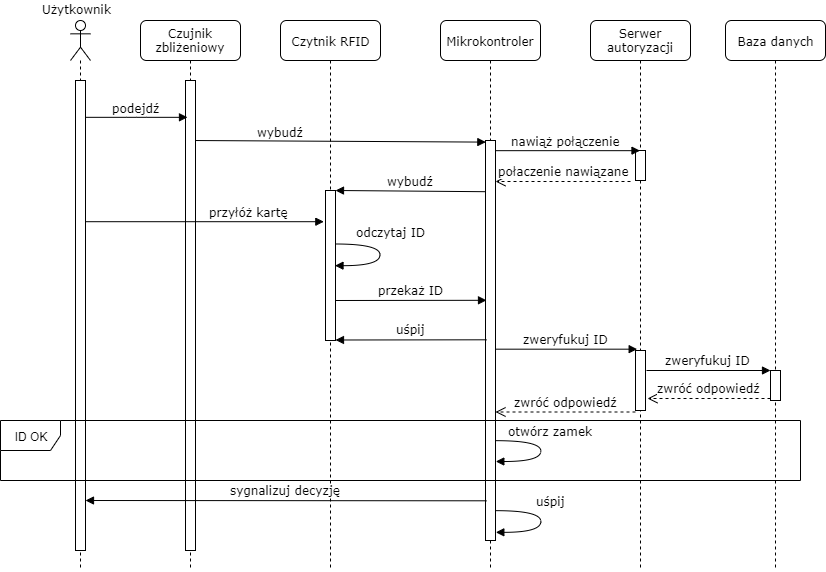
adapiekarska/centralized-lock-system keeps this draw.io diagram as docs/chapters/images/sequence1.png. Above is the earlier version. Source tidied: cells renumbered, new cells last; positions are measured from the earlier drawing's top-left corner, leaving out a move shared by most shapes. The source it was exported from:
```xml
<mxGraphModel background="#ffffff">
  <root>
    <mxCell id="0" />
    <mxCell id="1" parent="0" />
    <mxCell id="2" value="&lt;font face=&quot;Verdana&quot; style=&quot;font-size: 12px&quot;&gt;połaczenie nawiązane&lt;/font&gt;" style="html=1;verticalAlign=bottom;endArrow=open;dashed=1;endSize=8;" parent="1" edge="1" target="9">
      <mxGeometry relative="1" as="geometry">
        <mxPoint x="630" y="181" as="sourcePoint" />
      </mxGeometry>
    </mxCell>
    <mxCell id="3" value="Serwer autoryzacji" style="shape=umlLifeline;perimeter=lifelinePerimeter;whiteSpace=wrap;html=1;outlineConnect=0;rounded=1;shadow=0;comic=0;labelBackgroundColor=none;strokeColor=#000000;strokeWidth=1;fillColor=#FFFFFF;fontFamily=Verdana;fontSize=12;fontColor=#000000;align=center;" parent="1" vertex="1">
      <mxGeometry x="590" y="20" width="100" height="550" as="geometry" />
    </mxCell>
    <mxCell id="4" style="html=1;perimeter=orthogonalPerimeter;rounded=0;shadow=0;comic=0;labelBackgroundColor=none;strokeColor=#000000;strokeWidth=1;fillColor=#FFFFFF;fontFamily=Verdana;fontSize=12;fontColor=#000000;align=center;" parent="3" vertex="1">
      <mxGeometry x="45" y="130" width="10" height="30" as="geometry" />
    </mxCell>
    <mxCell id="5" value="nawiąż połączenie" style="html=1;verticalAlign=bottom;endArrow=block;labelBackgroundColor=none;fontFamily=Verdana;fontSize=12;edgeStyle=elbowEdgeStyle;elbow=vertical;" parent="1" edge="1" target="3">
      <mxGeometry relative="1" as="geometry">
        <mxPoint x="491.5" y="150" as="sourcePoint" />
      </mxGeometry>
    </mxCell>
    <mxCell id="6" value="wybudź" style="html=1;verticalAlign=bottom;endArrow=block;labelBackgroundColor=none;fontFamily=Verdana;fontSize=12;elbow=vertical;entryX=0.033;entryY=0.004;entryDx=0;entryDy=0;entryPerimeter=0;" parent="1" edge="1" target="9">
      <mxGeometry x="-0.39" y="-1" relative="1" as="geometry">
        <mxPoint x="190" y="140" as="sourcePoint" />
      </mxGeometry>
    </mxCell>
    <mxCell id="7" value="Czytnik RFID" style="shape=umlLifeline;perimeter=lifelinePerimeter;whiteSpace=wrap;html=1;rounded=1;shadow=0;comic=0;labelBackgroundColor=none;strokeColor=#000000;strokeWidth=1;fillColor=#FFFFFF;fontFamily=Verdana;fontSize=12;fontColor=#000000;align=center;" parent="1" vertex="1">
      <mxGeometry x="280" y="20" width="100" height="550" as="geometry" />
    </mxCell>
    <mxCell id="8" value="Mikrokontroler" style="shape=umlLifeline;perimeter=lifelinePerimeter;whiteSpace=wrap;html=1;rounded=1;shadow=0;comic=0;labelBackgroundColor=none;strokeColor=#000000;strokeWidth=1;fillColor=#FFFFFF;fontFamily=Verdana;fontSize=12;fontColor=#000000;align=center;" parent="1" vertex="1">
      <mxGeometry x="440" y="20" width="100" height="550" as="geometry" />
    </mxCell>
    <mxCell id="9" style="html=1;points=[];perimeter=orthogonalPerimeter;rounded=0;shadow=0;comic=0;labelBackgroundColor=none;strokeColor=#000000;strokeWidth=1;fillColor=#FFFFFF;fontFamily=Verdana;fontSize=12;fontColor=#000000;align=center;" parent="8" vertex="1">
      <mxGeometry x="45" y="120" width="10" height="400" as="geometry" />
    </mxCell>
    <mxCell id="10" value="otwórz zamek" style="html=1;verticalAlign=bottom;endArrow=block;labelBackgroundColor=none;fontFamily=Verdana;fontSize=12;elbow=vertical;edgeStyle=orthogonalEdgeStyle;curved=1;" parent="8" edge="1" source="9">
      <mxGeometry x="-0.19" y="10" relative="1" as="geometry">
        <mxPoint x="55" y="441" as="targetPoint" />
        <Array as="points">
          <mxPoint x="100" y="420" />
          <mxPoint x="100" y="441" />
        </Array>
      </mxGeometry>
    </mxCell>
    <mxCell id="11" value="Baza danych" style="shape=umlLifeline;perimeter=lifelinePerimeter;whiteSpace=wrap;html=1;rounded=1;shadow=0;comic=0;labelBackgroundColor=none;strokeColor=#000000;strokeWidth=1;fillColor=#FFFFFF;fontFamily=Verdana;fontSize=12;fontColor=#000000;align=center;" parent="1" vertex="1">
      <mxGeometry x="725" y="20" width="100" height="550" as="geometry" />
    </mxCell>
    <mxCell id="12" style="html=1;perimeter=orthogonalPerimeter;rounded=0;shadow=0;comic=0;labelBackgroundColor=none;strokeColor=#000000;strokeWidth=1;fillColor=#FFFFFF;fontFamily=Verdana;fontSize=12;fontColor=#000000;align=center;" parent="11" vertex="1">
      <mxGeometry x="45" y="350" width="10" height="30" as="geometry" />
    </mxCell>
    <mxCell id="13" value="Czujnik zbliżeniowy" style="shape=umlLifeline;perimeter=lifelinePerimeter;whiteSpace=wrap;html=1;rounded=1;shadow=0;comic=0;labelBackgroundColor=none;strokeColor=#000000;strokeWidth=1;fillColor=#FFFFFF;fontFamily=Verdana;fontSize=12;fontColor=#000000;align=center;" parent="1" vertex="1">
      <mxGeometry x="140" y="20" width="100" height="550" as="geometry" />
    </mxCell>
    <mxCell id="14" style="html=1;points=[];perimeter=orthogonalPerimeter;rounded=0;shadow=0;comic=0;labelBackgroundColor=none;strokeColor=#000000;strokeWidth=1;fillColor=#FFFFFF;fontFamily=Verdana;fontSize=12;fontColor=#000000;align=center;" parent="13" vertex="1">
      <mxGeometry x="45" y="60" width="10" height="470" as="geometry" />
    </mxCell>
    <mxCell id="15" value="podejdź" style="html=1;verticalAlign=bottom;endArrow=block;labelBackgroundColor=none;fontFamily=Verdana;fontSize=12;edgeStyle=elbowEdgeStyle;elbow=vertical;entryX=0.2;entryY=0.078;entryDx=0;entryDy=0;entryPerimeter=0;" parent="1" edge="1" source="17" target="14">
      <mxGeometry relative="1" as="geometry" />
    </mxCell>
    <mxCell id="16" style="shape=umlLifeline;participant=umlActor;perimeter=lifelinePerimeter;whiteSpace=wrap;html=1;verticalAlign=top;spacingTop=36;labelBackgroundColor=#ffffff;" parent="1" vertex="1">
      <mxGeometry x="70" y="20" width="20" height="550" as="geometry" />
    </mxCell>
    <mxCell id="17" style="html=1;points=[];perimeter=orthogonalPerimeter;rounded=0;shadow=0;comic=0;labelBackgroundColor=none;strokeColor=#000000;strokeWidth=1;fillColor=#FFFFFF;fontFamily=Verdana;fontSize=12;fontColor=#000000;align=center;" parent="16" vertex="1">
      <mxGeometry x="5" y="60" width="10" height="470" as="geometry" />
    </mxCell>
    <mxCell id="18" style="html=1;points=[];perimeter=orthogonalPerimeter;" parent="1" vertex="1">
      <mxGeometry x="325" y="190" width="10" height="150" as="geometry" />
    </mxCell>
    <mxCell id="19" value="&lt;font face=&quot;Verdana&quot; style=&quot;font-size: 12px&quot;&gt;wybudź&lt;/font&gt;" style="html=1;verticalAlign=bottom;endArrow=block;entryX=1;entryY=0;exitX=0.033;exitY=0.128;exitDx=0;exitDy=0;exitPerimeter=0;" parent="1" edge="1" source="9" target="18">
      <mxGeometry relative="1" as="geometry" />
    </mxCell>
    <mxCell id="20" value="przyłóż kartę" style="html=1;verticalAlign=bottom;endArrow=block;labelBackgroundColor=none;fontFamily=Verdana;fontSize=12;elbow=vertical;entryX=-0.167;entryY=0.208;entryDx=0;entryDy=0;entryPerimeter=0;" parent="1" edge="1" source="17" target="18">
      <mxGeometry x="0.37" relative="1" as="geometry" />
    </mxCell>
    <mxCell id="21" value="&lt;font face=&quot;Verdana&quot; style=&quot;font-size: 12px&quot;&gt;uśpij&lt;/font&gt;" style="html=1;verticalAlign=bottom;endArrow=block;entryX=1;entryY=0;exitX=0.1;exitY=0.249;exitDx=0;exitDy=0;exitPerimeter=0;" parent="1" edge="1">
      <mxGeometry relative="1" as="geometry">
        <mxPoint x="486" y="339.3" as="sourcePoint" />
        <mxPoint x="335" y="339.5" as="targetPoint" />
      </mxGeometry>
    </mxCell>
    <mxCell id="22" value="&lt;font face=&quot;Verdana&quot; style=&quot;font-size: 12px&quot;&gt;przekaż ID&lt;/font&gt;" style="html=1;verticalAlign=bottom;endArrow=block;entryX=1;entryY=0;exitX=0.1;exitY=0.249;exitDx=0;exitDy=0;exitPerimeter=0;" parent="1" edge="1">
      <mxGeometry relative="1" as="geometry">
        <mxPoint x="335" y="300" as="sourcePoint" />
        <mxPoint x="486" y="299.8" as="targetPoint" />
      </mxGeometry>
    </mxCell>
    <mxCell id="23" value="&lt;font face=&quot;Verdana&quot; style=&quot;font-size: 12px&quot;&gt;zweryfukuj ID&lt;/font&gt;" style="html=1;verticalAlign=bottom;endArrow=block;entryX=0.167;entryY=-0.022;entryDx=0;entryDy=0;entryPerimeter=0;" parent="1" edge="1" source="9" target="24">
      <mxGeometry relative="1" as="geometry" />
    </mxCell>
    <mxCell id="24" style="html=1;points=[];perimeter=orthogonalPerimeter;rounded=0;shadow=0;comic=0;labelBackgroundColor=none;strokeColor=#000000;strokeWidth=1;fillColor=#FFFFFF;fontFamily=Verdana;fontSize=12;fontColor=#000000;align=center;" parent="1" vertex="1">
      <mxGeometry x="635" y="350" width="10" height="60" as="geometry" />
    </mxCell>
    <mxCell id="25" value="&lt;font face=&quot;Verdana&quot; style=&quot;font-size: 12px&quot;&gt;zweryfukuj ID&lt;/font&gt;" style="html=1;verticalAlign=bottom;endArrow=block;" parent="1" edge="1">
      <mxGeometry relative="1" as="geometry">
        <mxPoint x="646" y="370" as="sourcePoint" />
        <mxPoint x="770" y="370" as="targetPoint" />
      </mxGeometry>
    </mxCell>
    <mxCell id="26" value="&lt;font face=&quot;Verdana&quot; style=&quot;font-size: 12px&quot;&gt;zwróć odpowiedź&lt;/font&gt;" style="html=1;verticalAlign=bottom;endArrow=open;dashed=1;endSize=8;" parent="1" edge="1">
      <mxGeometry relative="1" as="geometry">
        <mxPoint x="770" y="398" as="sourcePoint" />
        <mxPoint x="647" y="398" as="targetPoint" />
      </mxGeometry>
    </mxCell>
    <mxCell id="27" value="ID OK" style="shape=umlFrame;whiteSpace=wrap;html=1;" parent="1" vertex="1">
      <mxGeometry y="420" width="800" height="60" as="geometry" />
    </mxCell>
    <mxCell id="28" value="&lt;font face=&quot;Verdana&quot; style=&quot;font-size: 12px&quot;&gt;zwróć odpowiedź&lt;/font&gt;" style="html=1;verticalAlign=bottom;endArrow=open;dashed=1;endSize=8;" parent="1" edge="1" target="9">
      <mxGeometry relative="1" as="geometry">
        <mxPoint x="635" y="411.5" as="sourcePoint" />
      </mxGeometry>
    </mxCell>
    <mxCell id="29" value="odczytaj ID" style="html=1;verticalAlign=bottom;endArrow=block;labelBackgroundColor=none;fontFamily=Verdana;fontSize=12;elbow=vertical;edgeStyle=orthogonalEdgeStyle;curved=1;entryX=1;entryY=0.73;entryDx=0;entryDy=0;entryPerimeter=0;" parent="1" edge="1">
      <mxGeometry x="-0.19" y="11" relative="1" as="geometry">
        <mxPoint x="334.5" y="243.2" as="sourcePoint" />
        <mxPoint x="334.8" y="264.8" as="targetPoint" />
        <Array as="points">
          <mxPoint x="379.5" y="243.5" />
          <mxPoint x="379.5" y="264.5" />
        </Array>
        <mxPoint y="-3" as="offset" />
      </mxGeometry>
    </mxCell>
    <mxCell id="30" value="uśpij" style="html=1;verticalAlign=bottom;endArrow=block;labelBackgroundColor=none;fontFamily=Verdana;fontSize=12;elbow=vertical;edgeStyle=orthogonalEdgeStyle;curved=1;entryX=1;entryY=0.73;entryDx=0;entryDy=0;entryPerimeter=0;" parent="1" edge="1">
      <mxGeometry x="-0.19" y="10" relative="1" as="geometry">
        <mxPoint x="495.3" y="510.5" as="sourcePoint" />
        <mxPoint x="495.3" y="532.2" as="targetPoint" />
        <Array as="points">
          <mxPoint x="540" y="510.5" />
          <mxPoint x="540" y="531.5" />
        </Array>
      </mxGeometry>
    </mxCell>
    <mxCell id="31" value="&lt;font face=&quot;Verdana&quot;&gt;&lt;span style=&quot;font-size: 12px&quot;&gt;sygnalizuj decyzję&lt;/span&gt;&lt;/font&gt;" style="html=1;verticalAlign=bottom;endArrow=block;exitX=0.1;exitY=0.249;exitDx=0;exitDy=0;exitPerimeter=0;" parent="1" edge="1">
      <mxGeometry relative="1" as="geometry">
        <mxPoint x="486" y="500.3" as="sourcePoint" />
        <mxPoint x="85" y="500" as="targetPoint" />
      </mxGeometry>
    </mxCell>
    <mxCell id="32" value="&lt;font face=&quot;Verdana&quot;&gt;Użytkownik&lt;/font&gt;" style="text;html=1;align=left;verticalAlign=top;spacingTop=-4;" parent="1" vertex="1">
      <mxGeometry x="39.5" width="80" height="20" as="geometry" />
    </mxCell>
  </root>
</mxGraphModel>
```
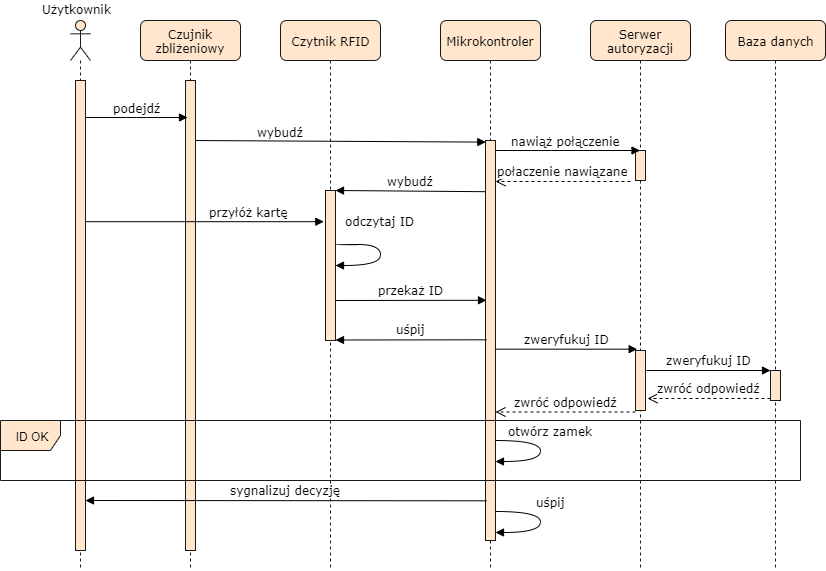
After the change.

Diff of the diagram source:
```diff
@@ -7,10 +7,10 @@
         <mxPoint x="630" y="181" as="sourcePoint" />
       </mxGeometry>
     </mxCell>
-    <mxCell id="3" value="Serwer autoryzacji" style="shape=umlLifeline;perimeter=lifelinePerimeter;whiteSpace=wrap;html=1;outlineConnect=0;rounded=1;shadow=0;comic=0;labelBackgroundColor=none;strokeColor=#000000;strokeWidth=1;fillColor=#FFFFFF;fontFamily=Verdana;fontSize=12;fontColor=#000000;align=center;" parent="1" vertex="1">
+    <mxCell id="3" value="Serwer autoryzacji" style="shape=umlLifeline;perimeter=lifelinePerimeter;whiteSpace=wrap;html=1;outlineConnect=0;rounded=1;shadow=0;comic=0;labelBackgroundColor=none;strokeColor=#1A1A1A;strokeWidth=1;fillColor=#ffe6cc;fontFamily=Verdana;fontSize=12;align=center;" parent="1" vertex="1">
       <mxGeometry x="590" y="20" width="100" height="550" as="geometry" />
     </mxCell>
-    <mxCell id="4" style="html=1;perimeter=orthogonalPerimeter;rounded=0;shadow=0;comic=0;labelBackgroundColor=none;strokeColor=#000000;strokeWidth=1;fillColor=#FFFFFF;fontFamily=Verdana;fontSize=12;fontColor=#000000;align=center;" parent="3" vertex="1">
+    <mxCell id="4" style="html=1;perimeter=orthogonalPerimeter;rounded=0;shadow=0;comic=0;labelBackgroundColor=none;strokeColor=#1A1A1A;strokeWidth=1;fillColor=#ffe6cc;fontFamily=Verdana;fontSize=12;align=center;" parent="3" vertex="1">
       <mxGeometry x="45" y="130" width="10" height="30" as="geometry" />
     </mxCell>
     <mxCell id="5" value="nawiąż połączenie" style="html=1;verticalAlign=bottom;endArrow=block;labelBackgroundColor=none;fontFamily=Verdana;fontSize=12;edgeStyle=elbowEdgeStyle;elbow=vertical;" parent="1" edge="1" target="3">
@@ -23,13 +23,13 @@
         <mxPoint x="190" y="140" as="sourcePoint" />
       </mxGeometry>
     </mxCell>
-    <mxCell id="7" value="Czytnik RFID" style="shape=umlLifeline;perimeter=lifelinePerimeter;whiteSpace=wrap;html=1;rounded=1;shadow=0;comic=0;labelBackgroundColor=none;strokeColor=#000000;strokeWidth=1;fillColor=#FFFFFF;fontFamily=Verdana;fontSize=12;fontColor=#000000;align=center;" parent="1" vertex="1">
+    <mxCell id="7" value="Czytnik RFID" style="shape=umlLifeline;perimeter=lifelinePerimeter;whiteSpace=wrap;html=1;rounded=1;shadow=0;comic=0;labelBackgroundColor=none;strokeColor=#1A1A1A;strokeWidth=1;fillColor=#ffe6cc;fontFamily=Verdana;fontSize=12;align=center;" parent="1" vertex="1">
       <mxGeometry x="280" y="20" width="100" height="550" as="geometry" />
     </mxCell>
-    <mxCell id="8" value="Mikrokontroler" style="shape=umlLifeline;perimeter=lifelinePerimeter;whiteSpace=wrap;html=1;rounded=1;shadow=0;comic=0;labelBackgroundColor=none;strokeColor=#000000;strokeWidth=1;fillColor=#FFFFFF;fontFamily=Verdana;fontSize=12;fontColor=#000000;align=center;" parent="1" vertex="1">
+    <mxCell id="8" value="Mikrokontroler" style="shape=umlLifeline;perimeter=lifelinePerimeter;whiteSpace=wrap;html=1;rounded=1;shadow=0;comic=0;labelBackgroundColor=none;strokeColor=#1A1A1A;strokeWidth=1;fillColor=#ffe6cc;fontFamily=Verdana;fontSize=12;align=center;" parent="1" vertex="1">
       <mxGeometry x="440" y="20" width="100" height="550" as="geometry" />
     </mxCell>
-    <mxCell id="9" style="html=1;points=[];perimeter=orthogonalPerimeter;rounded=0;shadow=0;comic=0;labelBackgroundColor=none;strokeColor=#000000;strokeWidth=1;fillColor=#FFFFFF;fontFamily=Verdana;fontSize=12;fontColor=#000000;align=center;" parent="8" vertex="1">
+    <mxCell id="9" style="html=1;points=[];perimeter=orthogonalPerimeter;rounded=0;shadow=0;comic=0;labelBackgroundColor=none;strokeColor=#1A1A1A;strokeWidth=1;fillColor=#ffe6cc;fontFamily=Verdana;fontSize=12;align=center;" parent="8" vertex="1">
       <mxGeometry x="45" y="120" width="10" height="400" as="geometry" />
     </mxCell>
     <mxCell id="10" value="otwórz zamek" style="html=1;verticalAlign=bottom;endArrow=block;labelBackgroundColor=none;fontFamily=Verdana;fontSize=12;elbow=vertical;edgeStyle=orthogonalEdgeStyle;curved=1;" parent="8" edge="1" source="9">
@@ -41,28 +41,28 @@
         </Array>
       </mxGeometry>
     </mxCell>
-    <mxCell id="11" value="Baza danych" style="shape=umlLifeline;perimeter=lifelinePerimeter;whiteSpace=wrap;html=1;rounded=1;shadow=0;comic=0;labelBackgroundColor=none;strokeColor=#000000;strokeWidth=1;fillColor=#FFFFFF;fontFamily=Verdana;fontSize=12;fontColor=#000000;align=center;" parent="1" vertex="1">
+    <mxCell id="11" value="Baza danych" style="shape=umlLifeline;perimeter=lifelinePerimeter;whiteSpace=wrap;html=1;rounded=1;shadow=0;comic=0;labelBackgroundColor=none;strokeColor=#1A1A1A;strokeWidth=1;fillColor=#ffe6cc;fontFamily=Verdana;fontSize=12;align=center;" parent="1" vertex="1">
       <mxGeometry x="725" y="20" width="100" height="550" as="geometry" />
     </mxCell>
-    <mxCell id="12" style="html=1;perimeter=orthogonalPerimeter;rounded=0;shadow=0;comic=0;labelBackgroundColor=none;strokeColor=#000000;strokeWidth=1;fillColor=#FFFFFF;fontFamily=Verdana;fontSize=12;fontColor=#000000;align=center;" parent="11" vertex="1">
+    <mxCell id="12" style="html=1;perimeter=orthogonalPerimeter;rounded=0;shadow=0;comic=0;labelBackgroundColor=none;strokeColor=#1A1A1A;strokeWidth=1;fillColor=#ffe6cc;fontFamily=Verdana;fontSize=12;align=center;" parent="11" vertex="1">
       <mxGeometry x="45" y="350" width="10" height="30" as="geometry" />
     </mxCell>
-    <mxCell id="13" value="Czujnik zbliżeniowy" style="shape=umlLifeline;perimeter=lifelinePerimeter;whiteSpace=wrap;html=1;rounded=1;shadow=0;comic=0;labelBackgroundColor=none;strokeColor=#000000;strokeWidth=1;fillColor=#FFFFFF;fontFamily=Verdana;fontSize=12;fontColor=#000000;align=center;" parent="1" vertex="1">
+    <mxCell id="13" value="Czujnik zbliżeniowy" style="shape=umlLifeline;perimeter=lifelinePerimeter;whiteSpace=wrap;html=1;rounded=1;shadow=0;comic=0;labelBackgroundColor=none;strokeColor=#1A1A1A;strokeWidth=1;fillColor=#ffe6cc;fontFamily=Verdana;fontSize=12;align=center;" parent="1" vertex="1">
       <mxGeometry x="140" y="20" width="100" height="550" as="geometry" />
     </mxCell>
-    <mxCell id="14" style="html=1;points=[];perimeter=orthogonalPerimeter;rounded=0;shadow=0;comic=0;labelBackgroundColor=none;strokeColor=#000000;strokeWidth=1;fillColor=#FFFFFF;fontFamily=Verdana;fontSize=12;fontColor=#000000;align=center;" parent="13" vertex="1">
+    <mxCell id="14" style="html=1;points=[];perimeter=orthogonalPerimeter;rounded=0;shadow=0;comic=0;labelBackgroundColor=none;strokeColor=#1A1A1A;strokeWidth=1;fillColor=#ffe6cc;fontFamily=Verdana;fontSize=12;align=center;" parent="13" vertex="1">
       <mxGeometry x="45" y="60" width="10" height="470" as="geometry" />
     </mxCell>
     <mxCell id="15" value="podejdź" style="html=1;verticalAlign=bottom;endArrow=block;labelBackgroundColor=none;fontFamily=Verdana;fontSize=12;edgeStyle=elbowEdgeStyle;elbow=vertical;entryX=0.2;entryY=0.078;entryDx=0;entryDy=0;entryPerimeter=0;" parent="1" edge="1" source="17" target="14">
       <mxGeometry relative="1" as="geometry" />
     </mxCell>
-    <mxCell id="16" style="shape=umlLifeline;participant=umlActor;perimeter=lifelinePerimeter;whiteSpace=wrap;html=1;verticalAlign=top;spacingTop=36;labelBackgroundColor=#ffffff;" parent="1" vertex="1">
+    <mxCell id="16" style="shape=umlLifeline;participant=umlActor;perimeter=lifelinePerimeter;whiteSpace=wrap;html=1;verticalAlign=top;spacingTop=36;labelBackgroundColor=#ffffff;fillColor=#ffe6cc;strokeColor=#1A1A1A;" parent="1" vertex="1">
       <mxGeometry x="70" y="20" width="20" height="550" as="geometry" />
     </mxCell>
-    <mxCell id="17" style="html=1;points=[];perimeter=orthogonalPerimeter;rounded=0;shadow=0;comic=0;labelBackgroundColor=none;strokeColor=#000000;strokeWidth=1;fillColor=#FFFFFF;fontFamily=Verdana;fontSize=12;fontColor=#000000;align=center;" parent="16" vertex="1">
+    <mxCell id="17" style="html=1;points=[];perimeter=orthogonalPerimeter;rounded=0;shadow=0;comic=0;labelBackgroundColor=none;strokeColor=#1A1A1A;strokeWidth=1;fillColor=#ffe6cc;fontFamily=Verdana;fontSize=12;align=center;" parent="16" vertex="1">
       <mxGeometry x="5" y="60" width="10" height="470" as="geometry" />
     </mxCell>
-    <mxCell id="18" style="html=1;points=[];perimeter=orthogonalPerimeter;" parent="1" vertex="1">
+    <mxCell id="18" style="html=1;points=[];perimeter=orthogonalPerimeter;fillColor=#ffe6cc;strokeColor=#1A1A1A;" parent="1" vertex="1">
       <mxGeometry x="325" y="190" width="10" height="150" as="geometry" />
     </mxCell>
     <mxCell id="19" value="&lt;font face=&quot;Verdana&quot; style=&quot;font-size: 12px&quot;&gt;wybudź&lt;/font&gt;" style="html=1;verticalAlign=bottom;endArrow=block;entryX=1;entryY=0;exitX=0.033;exitY=0.128;exitDx=0;exitDy=0;exitPerimeter=0;" parent="1" edge="1" source="9" target="18">
@@ -86,7 +86,7 @@
     <mxCell id="23" value="&lt;font face=&quot;Verdana&quot; style=&quot;font-size: 12px&quot;&gt;zweryfukuj ID&lt;/font&gt;" style="html=1;verticalAlign=bottom;endArrow=block;entryX=0.167;entryY=-0.022;entryDx=0;entryDy=0;entryPerimeter=0;" parent="1" edge="1" source="9" target="24">
       <mxGeometry relative="1" as="geometry" />
     </mxCell>
-    <mxCell id="24" style="html=1;points=[];perimeter=orthogonalPerimeter;rounded=0;shadow=0;comic=0;labelBackgroundColor=none;strokeColor=#000000;strokeWidth=1;fillColor=#FFFFFF;fontFamily=Verdana;fontSize=12;fontColor=#000000;align=center;" parent="1" vertex="1">
+    <mxCell id="24" style="html=1;points=[];perimeter=orthogonalPerimeter;rounded=0;shadow=0;comic=0;labelBackgroundColor=none;strokeColor=#1A1A1A;strokeWidth=1;fillColor=#ffe6cc;fontFamily=Verdana;fontSize=12;align=center;" parent="1" vertex="1">
       <mxGeometry x="635" y="350" width="10" height="60" as="geometry" />
     </mxCell>
     <mxCell id="25" value="&lt;font face=&quot;Verdana&quot; style=&quot;font-size: 12px&quot;&gt;zweryfukuj ID&lt;/font&gt;" style="html=1;verticalAlign=bottom;endArrow=block;" parent="1" edge="1">
@@ -101,7 +101,7 @@
         <mxPoint x="647" y="398" as="targetPoint" />
       </mxGeometry>
     </mxCell>
-    <mxCell id="27" value="ID OK" style="shape=umlFrame;whiteSpace=wrap;html=1;" parent="1" vertex="1">
+    <mxCell id="27" value="ID OK" style="shape=umlFrame;whiteSpace=wrap;html=1;fillColor=#ffe6cc;strokeColor=#1A1A1A;" parent="1" vertex="1">
       <mxGeometry y="420" width="800" height="60" as="geometry" />
     </mxCell>
     <mxCell id="28" value="&lt;font face=&quot;Verdana&quot; style=&quot;font-size: 12px&quot;&gt;zwróć odpowiedź&lt;/font&gt;" style="html=1;verticalAlign=bottom;endArrow=open;dashed=1;endSize=8;" parent="1" edge="1" target="9">
```
